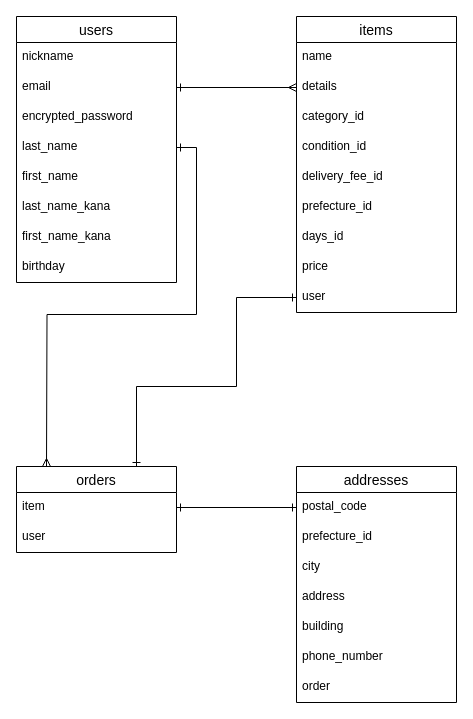
The draw.io diagram ER.dio in ijapamen/furima-29110, before the edit. Source tidied: cells renumbered, new cells numbered last; positions are measured from the earlier drawing's top-left corner, leaving out a move shared by most shapes. Both pictures are drawn from the tidied source at 100%, with x=0, y=0 at pixel (16, 16).
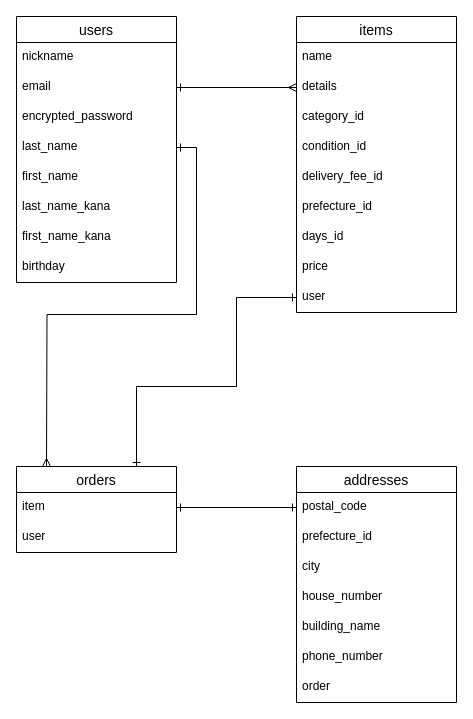
The same page after the edit.

Commit message (it also covers changes not shown here):
house_numberとbuilding_nameにカラム名を変更

Unchanged cells that the change refers to:
```xml
<mxCell id="12" value="addresses" style="swimlane;fontStyle=0;horizontal=1;startSize=26;align=center;fontSize=14;" parent="1" vertex="1">
  <mxGeometry x="280" y="450" width="160" height="236" as="geometry" />
</mxCell>
```

Diff of the diagram source:
```diff
@@
-    <mxCell id="16" value="address" style="text;strokeColor=none;fillColor=none;spacingLeft=4;spacingRight=4;overflow=hidden;fontSize=12;" parent="12" vertex="1">
+    <mxCell id="16" value="house_number" style="text;strokeColor=none;fillColor=none;spacingLeft=4;spacingRight=4;overflow=hidden;fontSize=12;" parent="12" vertex="1">
       <mxGeometry y="116" width="160" height="30" as="geometry" />
     </mxCell>
-    <mxCell id="17" value="building" style="text;strokeColor=none;fillColor=none;spacingLeft=4;spacingRight=4;overflow=hidden;fontSize=12;" parent="12" vertex="1">
+    <mxCell id="17" value="building_name" style="text;strokeColor=none;fillColor=none;spacingLeft=4;spacingRight=4;overflow=hidden;fontSize=12;" parent="12" vertex="1">
       <mxGeometry y="146" width="160" height="30" as="geometry" />
     </mxCell>
```
